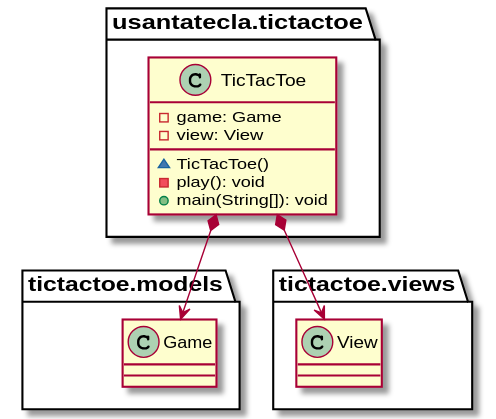
The PlantUML diagram documentView/console/docs/diagrams/out/paquetes/tictactoe.svg in Jolucaa/USantaTecla-project-ticTacToe, before a commit.
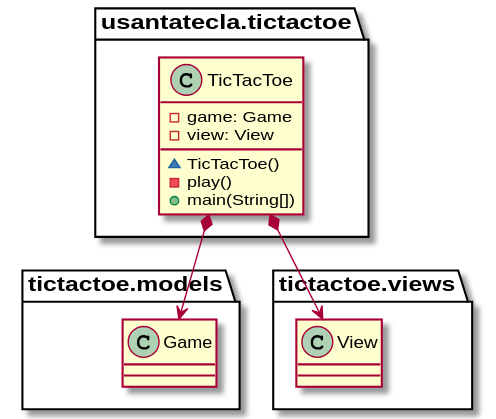
After the change.

Change to the diagram source:
```diff
@@ -3,8 +3,8 @@
 - game: Game
 - view: View
 ~ TicTacToe()
-- play(): void
-+ main(String[]): void
+- play()
++ main(String[])
 }
 usantatecla.tictactoe.TicTacToe *-down-> tictactoe.models.Game
 usantatecla.tictactoe.TicTacToe *-down-> tictactoe.views.View
```
